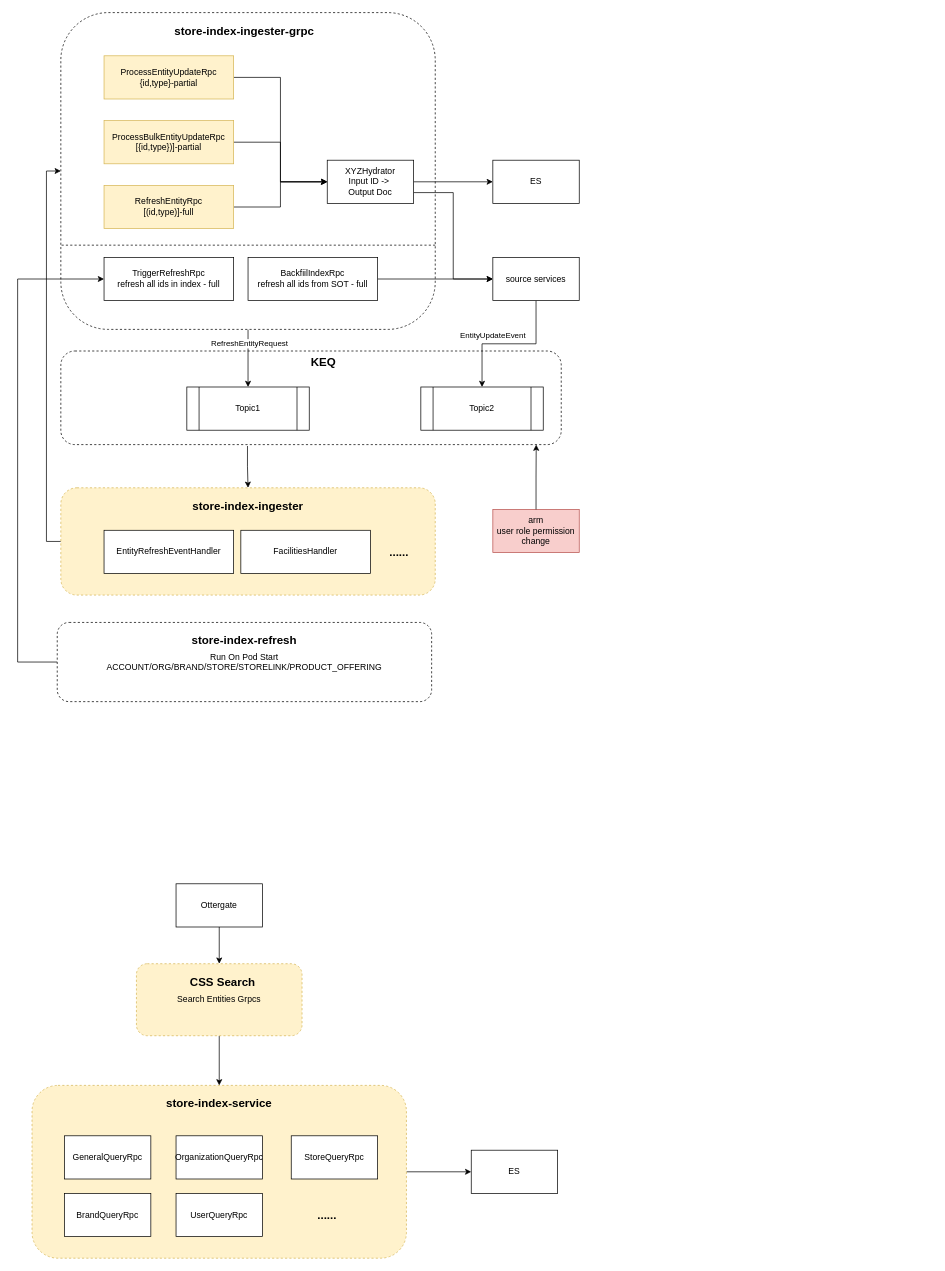
Above: StoreIndex.drawio in evagle/awesome (draw.io), before the change. Source tidied: cells renumbered, new cells numbered last; positions are measured from the earlier drawing's top-left corner, leaving out a move shared by most shapes. Both pictures are drawn from the tidied source at 72%, with x=0, y=0 at pixel (17, 12).
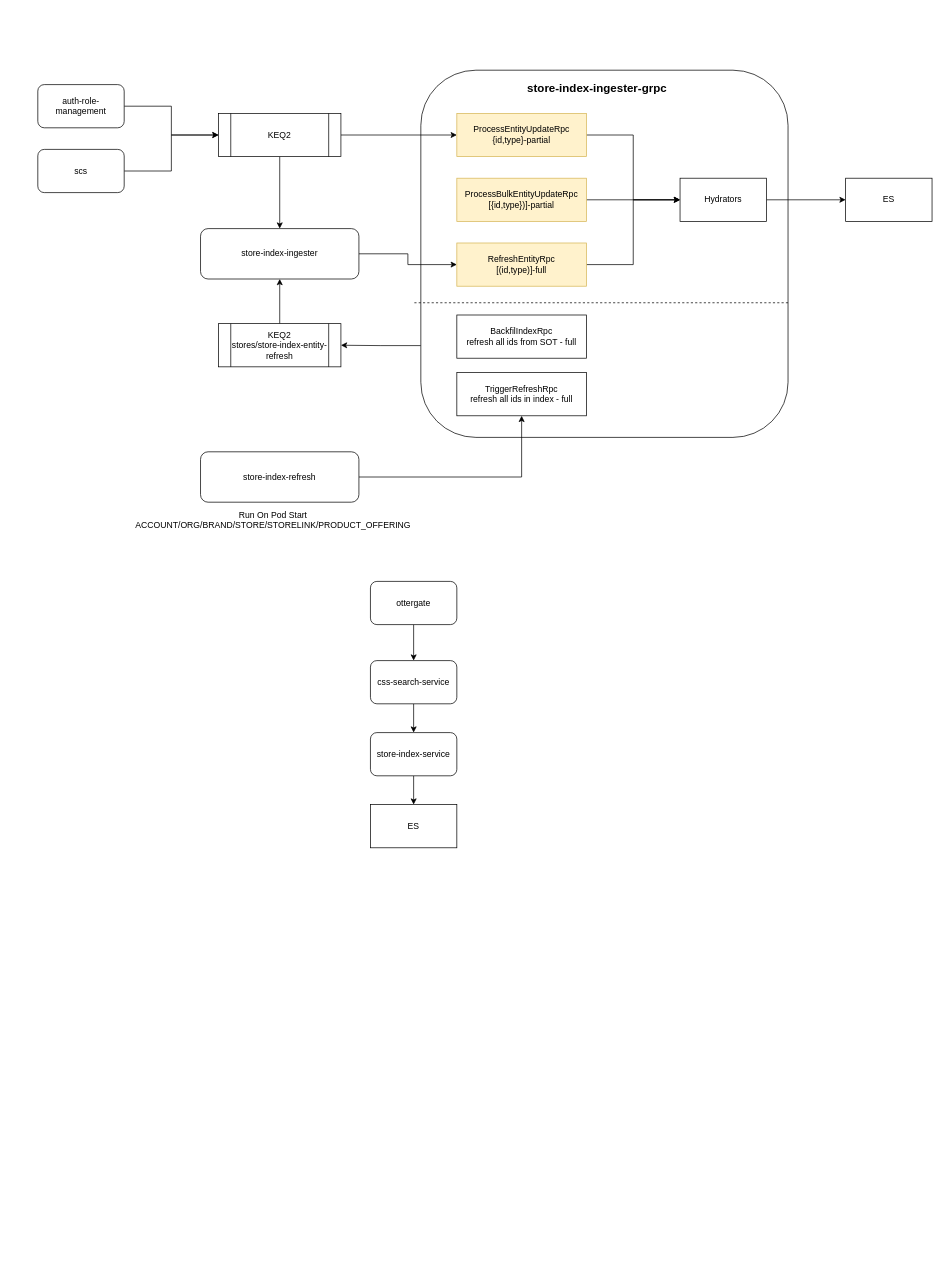
The same page after the edit.

The edit, as a diff of the source:
```diff
@@
-    <mxCell id="2" style="edgeStyle=orthogonalEdgeStyle;rounded=0;jettySize=auto;html=1;exitX=0.373;exitY=1.015;exitDx=0;exitDy=0;exitPerimeter=0;" parent="1" edge="1" source="3" target="8">
-      <mxGeometry relative="1" as="geometry" />
-    </mxCell>
-    <mxCell id="3" style="rounded=1;whiteSpace=wrap;html=1;dashed=1;" parent="1" vertex="1">
-      <mxGeometry x="60" y="470" width="695" height="130" as="geometry" />
-    </mxCell>
-    <mxCell id="4" style="edgeStyle=orthogonalEdgeStyle;rounded=0;jettySize=auto;html=1;exitX=0.5;exitY=1;exitDx=0;exitDy=0;" parent="1" edge="1" source="6" target="20">
+    <mxCell id="4" style="edgeStyle=orthogonalEdgeStyle;rounded=0;jettySize=auto;html=1;exitX=0;exitY=0.75;exitDx=0;exitDy=0;entryX=1;entryY=0.5;entryDx=0;entryDy=0;" parent="1" edge="1" source="6" target="20">
       <mxGeometry relative="1" as="geometry" />
     </mxCell>
-    <mxCell id="5" value="RefreshEntityRequest" style="edgeLabel;html=1;align=center;verticalAlign=middle;" parent="4" vertex="1">
-      <mxGeometry x="-0.53" y="1" relative="1" as="geometry" />
-    </mxCell>
-    <mxCell id="6" style="rounded=1;whiteSpace=wrap;html=1;dashed=1;" parent="1" vertex="1">
-      <mxGeometry x="60" width="520" height="440" as="geometry" />
+    <mxCell id="6" style="rounded=1;whiteSpace=wrap;html=1;" parent="1" vertex="1">
+      <mxGeometry x="560" y="80" width="510" height="510" as="geometry" />
     </mxCell>
-    <mxCell id="7" style="edgeStyle=orthogonalEdgeStyle;rounded=0;jettySize=auto;html=1;exitX=0;exitY=0.5;exitDx=0;exitDy=0;entryX=0;entryY=0.5;entryDx=0;entryDy=0;" parent="1" edge="1" source="8" target="6">
-      <mxGeometry relative="1" as="geometry" />
-    </mxCell>
-    <mxCell id="8" style="rounded=1;whiteSpace=wrap;html=1;dashed=1;fillColor=#fff2cc;strokeColor=#d6b656;" parent="1" vertex="1">
-      <mxGeometry x="60" y="660" width="520" height="149" as="geometry" />
-    </mxCell>
@@
     <mxCell id="10" value="ProcessEntityUpdateRpc&lt;br&gt;{id,type}-partial" style="rounded=0;whiteSpace=wrap;html=1;fillColor=#fff2cc;strokeColor=#d6b656;" parent="1" vertex="1">
-      <mxGeometry x="120" y="60" width="180" height="60" as="geometry" />
+      <mxGeometry x="610" y="140" width="180" height="60" as="geometry" />
     </mxCell>
@@
-    <mxCell id="12" style="edgeStyle=orthogonalEdgeStyle;rounded=0;jettySize=auto;html=1;exitX=1;exitY=0.75;exitDx=0;exitDy=0;entryX=0;entryY=0.5;entryDx=0;entryDy=0;" parent="1" edge="1" source="13" target="28">
-      <mxGeometry relative="1" as="geometry" />
-    </mxCell>
-    <mxCell id="13" value="XYZHydrator&lt;br&gt;Input ID -&amp;gt;&amp;nbsp;&lt;br&gt;Output Doc" style="rounded=0;whiteSpace=wrap;html=1;" parent="1" vertex="1">
-      <mxGeometry x="430" y="205" width="120" height="60" as="geometry" />
+    <mxCell id="13" value="Hydrators" style="rounded=0;whiteSpace=wrap;html=1;" parent="1" vertex="1">
+      <mxGeometry x="920" y="230" width="120" height="60" as="geometry" />
     </mxCell>
@@
     <mxCell id="15" value="RefreshEntityRpc&lt;br&gt;[(id,type)]-full" style="rounded=0;whiteSpace=wrap;html=1;fillColor=#fff2cc;strokeColor=#d6b656;" parent="1" vertex="1">
-      <mxGeometry x="120" y="240" width="180" height="60" as="geometry" />
+      <mxGeometry x="610" y="320" width="180" height="60" as="geometry" />
     </mxCell>
-    <mxCell id="16" value="TriggerRefreshRpc&lt;br&gt;refresh all ids in index - full" style="rounded=0;whiteSpace=wrap;html=1;" parent="1" vertex="1">
-      <mxGeometry x="120" y="340" width="180" height="60" as="geometry" />
+    <mxCell id="16" value="BackfilIndexRpc&lt;br&gt;refresh all ids from SOT - full" style="rounded=0;whiteSpace=wrap;html=1;" parent="1" vertex="1">
+      <mxGeometry x="610" y="420" width="180" height="60" as="geometry" />
     </mxCell>
@@
     <mxCell id="18" value="ProcessBulkEntityUpdateRpc&lt;br&gt;[{id,type})]-partial" style="rounded=0;whiteSpace=wrap;html=1;fillColor=#fff2cc;strokeColor=#d6b656;" parent="1" vertex="1">
-      <mxGeometry x="120" y="150" width="180" height="60" as="geometry" />
+      <mxGeometry x="610" y="230" width="180" height="60" as="geometry" />
     </mxCell>
     <mxCell id="19" value="ES" style="rounded=0;whiteSpace=wrap;html=1;" parent="1" vertex="1">
-      <mxGeometry x="660" y="205" width="120" height="60" as="geometry" />
+      <mxGeometry x="1150" y="230" width="120" height="60" as="geometry" />
     </mxCell>
+    <mxCell id="54" style="edgeStyle=orthogonalEdgeStyle;rounded=0;jettySize=auto;html=1;exitX=0.5;exitY=0;exitDx=0;exitDy=0;entryX=0.5;entryY=1;entryDx=0;entryDy=0;" parent="1" edge="1" source="20" target="22">
+      <mxGeometry relative="1" as="geometry" />
+    </mxCell>
-    <mxCell id="20" value="Topic1" style="shape=process;whiteSpace=wrap;html=1;backgroundOutline=1;" parent="1" vertex="1">
-      <mxGeometry x="235" y="520" width="170" height="60" as="geometry" />
+    <mxCell id="20" value="KEQ2&lt;br&gt;stores/store-index-entity-refresh" style="shape=process;whiteSpace=wrap;html=1;backgroundOutline=1;" parent="1" vertex="1">
+      <mxGeometry x="279" y="432" width="170" height="60" as="geometry" />
     </mxCell>
     <mxCell id="21" value="&lt;b&gt;&lt;font style=&quot;font-size: 16px;&quot;&gt;store-index-ingester-grpc&lt;/font&gt;&lt;/b&gt;" style="text;html=1;strokeColor=none;fillColor=none;align=center;verticalAlign=middle;whiteSpace=wrap;rounded=0;" parent="1" vertex="1">
-      <mxGeometry x="210" y="10" width="210" height="30" as="geometry" />
+      <mxGeometry x="700" y="90" width="210" height="30" as="geometry" />
     </mxCell>
-    <mxCell id="22" value="&lt;b&gt;&lt;font style=&quot;font-size: 16px;&quot;&gt;store-index-ingester&lt;/font&gt;&lt;/b&gt;" style="text;html=1;strokeColor=none;fillColor=none;align=center;verticalAlign=middle;whiteSpace=wrap;rounded=0;" parent="1" vertex="1">
-      <mxGeometry x="215" y="670" width="210" height="30" as="geometry" />
-    </mxCell>
-    <mxCell id="23" value="EntityRefreshEventHandler" style="rounded=0;whiteSpace=wrap;html=1;" parent="1" vertex="1">
-      <mxGeometry x="120" y="719" width="180" height="60" as="geometry" />
-    </mxCell>
-    <mxCell id="24" style="edgeStyle=orthogonalEdgeStyle;rounded=0;jettySize=auto;html=1;exitX=1;exitY=0.5;exitDx=0;exitDy=0;" parent="1" edge="1" source="25" target="28">
-      <mxGeometry relative="1" as="geometry" />
-    </mxCell>
-    <mxCell id="25" value="BackfiilIndexRpc&lt;br&gt;refresh all ids from SOT - full" style="rounded=0;whiteSpace=wrap;html=1;" parent="1" vertex="1">
-      <mxGeometry x="320" y="340" width="180" height="60" as="geometry" />
+    <mxCell id="25" value="TriggerRefreshRpc&lt;br&gt;refresh all ids in index - full" style="rounded=0;whiteSpace=wrap;html=1;" parent="1" vertex="1">
+      <mxGeometry x="610" y="500" width="180" height="60" as="geometry" />
     </mxCell>
-    <mxCell id="26" style="edgeStyle=orthogonalEdgeStyle;rounded=0;jettySize=auto;html=1;exitX=0.5;exitY=1;exitDx=0;exitDy=0;" parent="1" edge="1" source="28" target="31">
+    <mxCell id="26" style="edgeStyle=orthogonalEdgeStyle;rounded=0;jettySize=auto;html=1;exitX=1;exitY=0.5;exitDx=0;exitDy=0;entryX=0;entryY=0.5;entryDx=0;entryDy=0;" parent="1" edge="1" source="28" target="31">
       <mxGeometry relative="1" as="geometry" />
     </mxCell>
-    <mxCell id="27" value="EntityUpdateEvent" style="edgeLabel;html=1;align=center;verticalAlign=middle;" parent="26" vertex="1">
-      <mxGeometry x="0.24" y="-1" relative="1" as="geometry">
-        <mxPoint y="-12" as="offset" />
-      </mxGeometry>
-    </mxCell>
-    <mxCell id="28" value="source services" style="rounded=0;whiteSpace=wrap;html=1;" parent="1" vertex="1">
-      <mxGeometry x="660" y="340" width="120" height="60" as="geometry" />
+    <mxCell id="28" value="scs" style="rounded=1;whiteSpace=wrap;html=1;" parent="1" vertex="1">
+      <mxGeometry x="28" y="190" width="120" height="60" as="geometry" />
     </mxCell>
-    <mxCell id="29" value="FacilitiesHandler" style="rounded=0;whiteSpace=wrap;html=1;" parent="1" vertex="1">
-      <mxGeometry x="310" y="719" width="180" height="60" as="geometry" />
-    </mxCell>
-    <mxCell id="30" value="&lt;b&gt;&lt;font style=&quot;font-size: 16px;&quot;&gt;......&lt;/font&gt;&lt;/b&gt;" style="text;html=1;strokeColor=none;fillColor=none;align=center;verticalAlign=middle;whiteSpace=wrap;rounded=0;" parent="1" vertex="1">
-      <mxGeometry x="500" y="734" width="60" height="30" as="geometry" />
-    </mxCell>
+    <mxCell id="55" style="edgeStyle=orthogonalEdgeStyle;rounded=0;jettySize=auto;html=1;exitX=1;exitY=0.5;exitDx=0;exitDy=0;entryX=0;entryY=0.5;entryDx=0;entryDy=0;" parent="1" edge="1" source="31" target="10">
+      <mxGeometry relative="1" as="geometry" />
+    </mxCell>
+    <mxCell id="56" style="edgeStyle=orthogonalEdgeStyle;rounded=0;jettySize=auto;html=1;exitX=0.5;exitY=1;exitDx=0;exitDy=0;entryX=0.5;entryY=0;entryDx=0;entryDy=0;" parent="1" edge="1" source="31" target="22">
+      <mxGeometry relative="1" as="geometry" />
+    </mxCell>
-    <mxCell id="31" value="Topic2" style="shape=process;whiteSpace=wrap;html=1;backgroundOutline=1;" parent="1" vertex="1">
-      <mxGeometry x="560" y="520" width="170" height="60" as="geometry" />
+    <mxCell id="31" value="KEQ2" style="shape=process;whiteSpace=wrap;html=1;backgroundOutline=1;" parent="1" vertex="1">
+      <mxGeometry x="279" y="140" width="170" height="60" as="geometry" />
     </mxCell>
-    <mxCell id="32" style="edgeStyle=orthogonalEdgeStyle;rounded=0;jettySize=auto;html=1;exitX=0;exitY=0.5;exitDx=0;exitDy=0;entryX=0;entryY=0.5;entryDx=0;entryDy=0;" parent="1" edge="1" source="33" target="16">
-      <mxGeometry relative="1" as="geometry">
-        <Array as="points">
-          <mxPoint y="902" />
-          <mxPoint y="370" />
-        </Array>
-      </mxGeometry>
-    </mxCell>
+    <mxCell id="57" style="edgeStyle=orthogonalEdgeStyle;rounded=0;jettySize=auto;html=1;exitX=1;exitY=0.5;exitDx=0;exitDy=0;entryX=0.5;entryY=1;entryDx=0;entryDy=0;" parent="1" edge="1" source="33" target="25">
+      <mxGeometry relative="1" as="geometry" />
+    </mxCell>
-    <mxCell id="33" value="Run On Pod Start&lt;br&gt;ACCOUNT/ORG/BRAND/STORE/STORELINK/PRODUCT_OFFERING" style="rounded=1;whiteSpace=wrap;html=1;dashed=1;" parent="1" vertex="1">
-      <mxGeometry x="55" y="847" width="520" height="110" as="geometry" />
+    <mxCell id="33" value="store-index-refresh" style="rounded=1;whiteSpace=wrap;html=1;" parent="1" vertex="1">
+      <mxGeometry x="254" y="610" width="220" height="70" as="geometry" />
     </mxCell>
-    <mxCell id="34" value="&lt;b&gt;&lt;font style=&quot;font-size: 16px;&quot;&gt;store-index-refresh&lt;/font&gt;&lt;/b&gt;" style="text;html=1;strokeColor=none;fillColor=none;align=center;verticalAlign=middle;whiteSpace=wrap;rounded=0;" parent="1" vertex="1">
-      <mxGeometry x="210" y="857" width="210" height="30" as="geometry" />
-    </mxCell>
-    <mxCell id="35" style="edgeStyle=orthogonalEdgeStyle;rounded=0;jettySize=auto;html=1;exitX=1;exitY=0.5;exitDx=0;exitDy=0;" parent="1" edge="1" source="36" target="44">
-      <mxGeometry relative="1" as="geometry" />
-    </mxCell>
-    <mxCell id="36" style="rounded=1;whiteSpace=wrap;html=1;dashed=1;fillColor=#fff2cc;strokeColor=#d6b656;" parent="1" vertex="1">
-      <mxGeometry x="20" y="1490" width="520" height="240" as="geometry" />
-    </mxCell>
+    <mxCell id="45" style="endArrow=none;html=1;rounded=0;entryX=0;entryY=0.75;entryDx=0;entryDy=0;exitX=1;exitY=0.75;exitDx=0;exitDy=0;dashed=1;" parent="1" edge="1">
+      <mxGeometry relative="1" as="geometry">
+        <mxPoint x="1070" y="403" as="sourcePoint" />
+        <mxPoint x="550" y="403" as="targetPoint" />
+      </mxGeometry>
+    </mxCell>
+    <mxCell id="58" value="Run On Pod Start&lt;br&gt;ACCOUNT/ORG/BRAND/STORE/STORELINK/PRODUCT_OFFERING" style="text;html=1;align=center;verticalAlign=middle;whiteSpace=wrap;rounded=0;" parent="1" vertex="1">
+      <mxGeometry x="160" y="690" width="390" height="30" as="geometry" />
+    </mxCell>
+    <mxCell id="59" style="edgeStyle=orthogonalEdgeStyle;rounded=0;jettySize=auto;html=1;exitX=1;exitY=0.5;exitDx=0;exitDy=0;entryX=0;entryY=0.5;entryDx=0;entryDy=0;" parent="1" edge="1" source="60" target="31">
+      <mxGeometry relative="1" as="geometry" />
+    </mxCell>
+    <mxCell id="60" value="auth-role-management" style="rounded=1;whiteSpace=wrap;html=1;" parent="1" vertex="1">
+      <mxGeometry x="28" y="100" width="120" height="60" as="geometry" />
+    </mxCell>
+    <mxCell id="61" style="edgeStyle=orthogonalEdgeStyle;rounded=0;jettySize=auto;html=1;exitX=1;exitY=0.5;exitDx=0;exitDy=0;" parent="1" edge="1" source="22" target="15">
+      <mxGeometry relative="1" as="geometry" />
+    </mxCell>
+    <mxCell id="22" value="store-index-ingester" style="rounded=1;whiteSpace=wrap;html=1;" parent="1" vertex="1">
+      <mxGeometry x="254" y="300" width="220" height="70" as="geometry" />
+    </mxCell>
+    <mxCell id="62" style="edgeStyle=orthogonalEdgeStyle;rounded=0;jettySize=auto;html=1;exitX=0.5;exitY=1;exitDx=0;exitDy=0;" parent="1" edge="1" source="63" target="65">
+      <mxGeometry relative="1" as="geometry" />
+    </mxCell>
+    <mxCell id="63" value="ottergate" style="rounded=1;whiteSpace=wrap;html=1;" parent="1" vertex="1">
+      <mxGeometry x="490" y="790" width="120" height="60" as="geometry" />
+    </mxCell>
+    <mxCell id="64" style="edgeStyle=orthogonalEdgeStyle;rounded=0;jettySize=auto;html=1;exitX=0.5;exitY=1;exitDx=0;exitDy=0;entryX=0.5;entryY=0;entryDx=0;entryDy=0;" parent="1" edge="1" source="65" target="37">
+      <mxGeometry relative="1" as="geometry" />
+    </mxCell>
+    <mxCell id="65" value="css-search-service" style="rounded=1;whiteSpace=wrap;html=1;" parent="1" vertex="1">
+      <mxGeometry x="490" y="900" width="120" height="60" as="geometry" />
+    </mxCell>
+    <mxCell id="66" style="edgeStyle=orthogonalEdgeStyle;rounded=0;jettySize=auto;html=1;exitX=0.5;exitY=1;exitDx=0;exitDy=0;entryX=0.5;entryY=0;entryDx=0;entryDy=0;" parent="1" edge="1" source="37" target="44">
+      <mxGeometry relative="1" as="geometry" />
+    </mxCell>
-    <mxCell id="37" value="&lt;b&gt;&lt;font style=&quot;font-size: 16px;&quot;&gt;store-index-service&lt;/font&gt;&lt;/b&gt;" style="text;html=1;strokeColor=none;fillColor=none;align=center;verticalAlign=middle;whiteSpace=wrap;rounded=0;" parent="1" vertex="1">
-      <mxGeometry x="175" y="1500" width="210" height="30" as="geometry" />
+    <mxCell id="37" value="store-index-service" style="rounded=1;whiteSpace=wrap;html=1;" parent="1" vertex="1">
+      <mxGeometry x="490" y="1000" width="120" height="60" as="geometry" />
     </mxCell>
-    <mxCell id="38" value="OrganizationQueryRpc" style="rounded=0;whiteSpace=wrap;html=1;" parent="1" vertex="1">
-      <mxGeometry x="220" y="1560" width="120" height="60" as="geometry" />
-    </mxCell>
-    <mxCell id="39" value="BrandQueryRpc" style="rounded=0;whiteSpace=wrap;html=1;" parent="1" vertex="1">
-      <mxGeometry x="65" y="1640" width="120" height="60" as="geometry" />
-    </mxCell>
-    <mxCell id="40" value="StoreQueryRpc" style="rounded=0;whiteSpace=wrap;html=1;" parent="1" vertex="1">
-      <mxGeometry x="380" y="1560" width="120" height="60" as="geometry" />
-    </mxCell>
-    <mxCell id="41" value="UserQueryRpc" style="rounded=0;whiteSpace=wrap;html=1;" parent="1" vertex="1">
-      <mxGeometry x="220" y="1640" width="120" height="60" as="geometry" />
-    </mxCell>
-    <mxCell id="42" value="GeneralQueryRpc" style="rounded=0;whiteSpace=wrap;html=1;" parent="1" vertex="1">
-      <mxGeometry x="65" y="1560" width="120" height="60" as="geometry" />
-    </mxCell>
-    <mxCell id="43" value="&lt;b&gt;&lt;font style=&quot;font-size: 16px;&quot;&gt;......&lt;/font&gt;&lt;/b&gt;" style="text;html=1;strokeColor=none;fillColor=none;align=center;verticalAlign=middle;whiteSpace=wrap;rounded=0;" parent="1" vertex="1">
-      <mxGeometry x="400" y="1655" width="60" height="30" as="geometry" />
-    </mxCell>
     <mxCell id="44" value="ES" style="rounded=0;whiteSpace=wrap;html=1;" parent="1" vertex="1">
-      <mxGeometry x="630" y="1580" width="120" height="60" as="geometry" />
+      <mxGeometry x="490" y="1100" width="120" height="60" as="geometry" />
     </mxCell>
-    <mxCell id="45" style="endArrow=none;html=1;rounded=0;entryX=0;entryY=0.75;entryDx=0;entryDy=0;exitX=1;exitY=0.75;exitDx=0;exitDy=0;dashed=1;" parent="1" edge="1">
-      <mxGeometry relative="1" as="geometry">
-        <mxPoint x="580" y="323" as="sourcePoint" />
-        <mxPoint x="60" y="323" as="targetPoint" />
-      </mxGeometry>
-    </mxCell>
-    <mxCell id="46" value="&lt;b&gt;&lt;font style=&quot;font-size: 16px;&quot;&gt;KEQ&lt;/font&gt;&lt;/b&gt;" style="text;html=1;strokeColor=none;fillColor=none;align=center;verticalAlign=middle;whiteSpace=wrap;rounded=0;" parent="1" vertex="1">
-      <mxGeometry x="320" y="470" width="210" height="30" as="geometry" />
-    </mxCell>
-    <mxCell id="47" style="edgeStyle=orthogonalEdgeStyle;rounded=0;jettySize=auto;html=1;exitX=0.5;exitY=1;exitDx=0;exitDy=0;entryX=0.5;entryY=0;entryDx=0;entryDy=0;" parent="1" edge="1" source="48" target="36">
-      <mxGeometry relative="1" as="geometry" />
-    </mxCell>
-    <mxCell id="48" value="Search Entities Grpcs" style="rounded=1;whiteSpace=wrap;html=1;dashed=1;fillColor=#fff2cc;strokeColor=#d6b656;" parent="1" vertex="1">
-      <mxGeometry x="165" y="1321" width="230" height="100" as="geometry" />
-    </mxCell>
-    <mxCell id="49" value="&lt;b&gt;&lt;font style=&quot;font-size: 16px;&quot;&gt;CSS Search&lt;/font&gt;&lt;/b&gt;" style="text;html=1;strokeColor=none;fillColor=none;align=center;verticalAlign=middle;whiteSpace=wrap;rounded=0;" parent="1" vertex="1">
-      <mxGeometry x="180" y="1331" width="210" height="30" as="geometry" />
-    </mxCell>
-    <mxCell id="50" style="edgeStyle=orthogonalEdgeStyle;rounded=0;jettySize=auto;html=1;exitX=0.5;exitY=1;exitDx=0;exitDy=0;" parent="1" edge="1" source="51" target="48">
-      <mxGeometry relative="1" as="geometry" />
-    </mxCell>
-    <mxCell id="51" value="Ottergate" style="rounded=0;whiteSpace=wrap;html=1;" parent="1" vertex="1">
-      <mxGeometry x="220" y="1210" width="120" height="60" as="geometry" />
-    </mxCell>
-    <mxCell id="52" value="arm&lt;br&gt;user role permission change" style="rounded=0;whiteSpace=wrap;html=1;fillColor=#f8cecc;strokeColor=#b85450;" parent="1" vertex="1">
-      <mxGeometry x="660" y="690" width="120" height="60" as="geometry" />
-    </mxCell>
-    <mxCell id="53" style="edgeStyle=orthogonalEdgeStyle;rounded=0;jettySize=auto;html=1;exitX=0.5;exitY=0;exitDx=0;exitDy=0;entryX=0.95;entryY=1;entryDx=0;entryDy=0;entryPerimeter=0;" parent="1" edge="1" source="52" target="3">
-      <mxGeometry relative="1" as="geometry" />
-    </mxCell>
```
